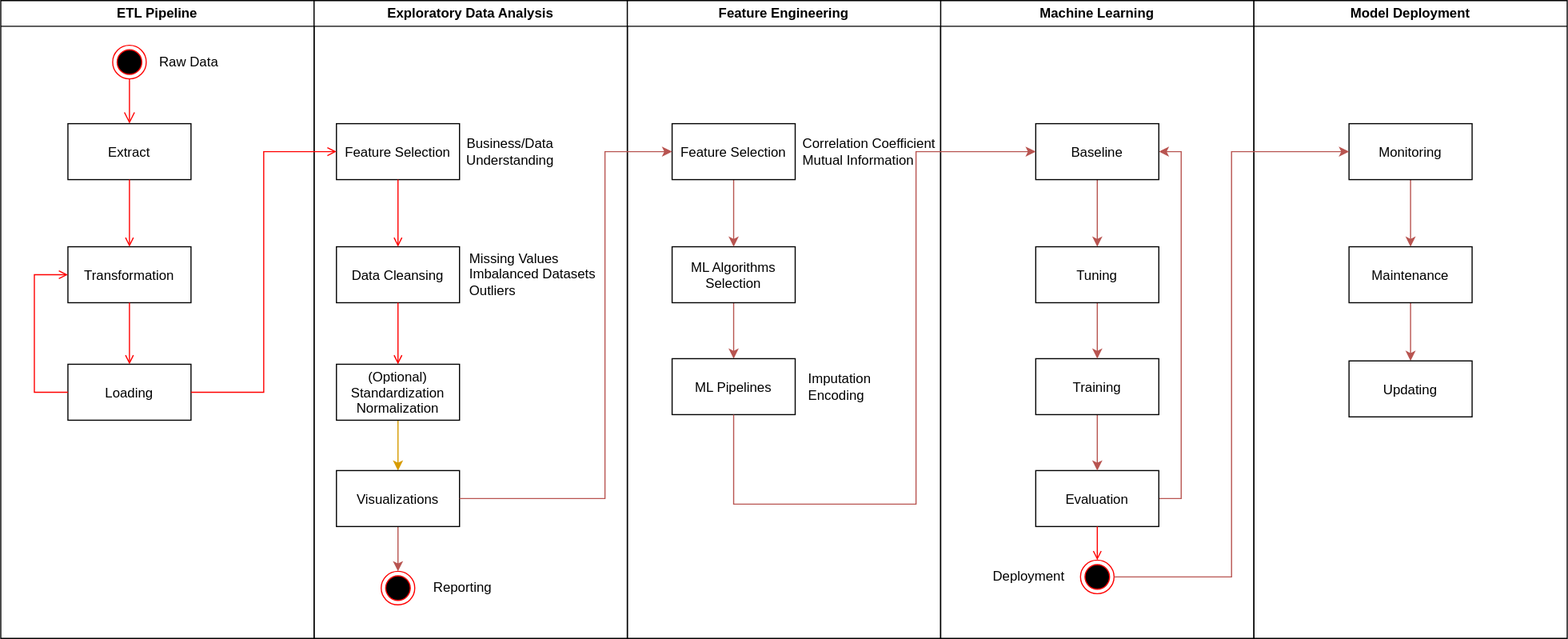
ZacksAmber/Flowcharts keeps this draw.io diagram as general_machine_learning.svg. Above is the earlier version. Source tidied: cells renumbered, new cells last; positions are measured from the earlier drawing's top-left corner, leaving out a move shared by most shapes.
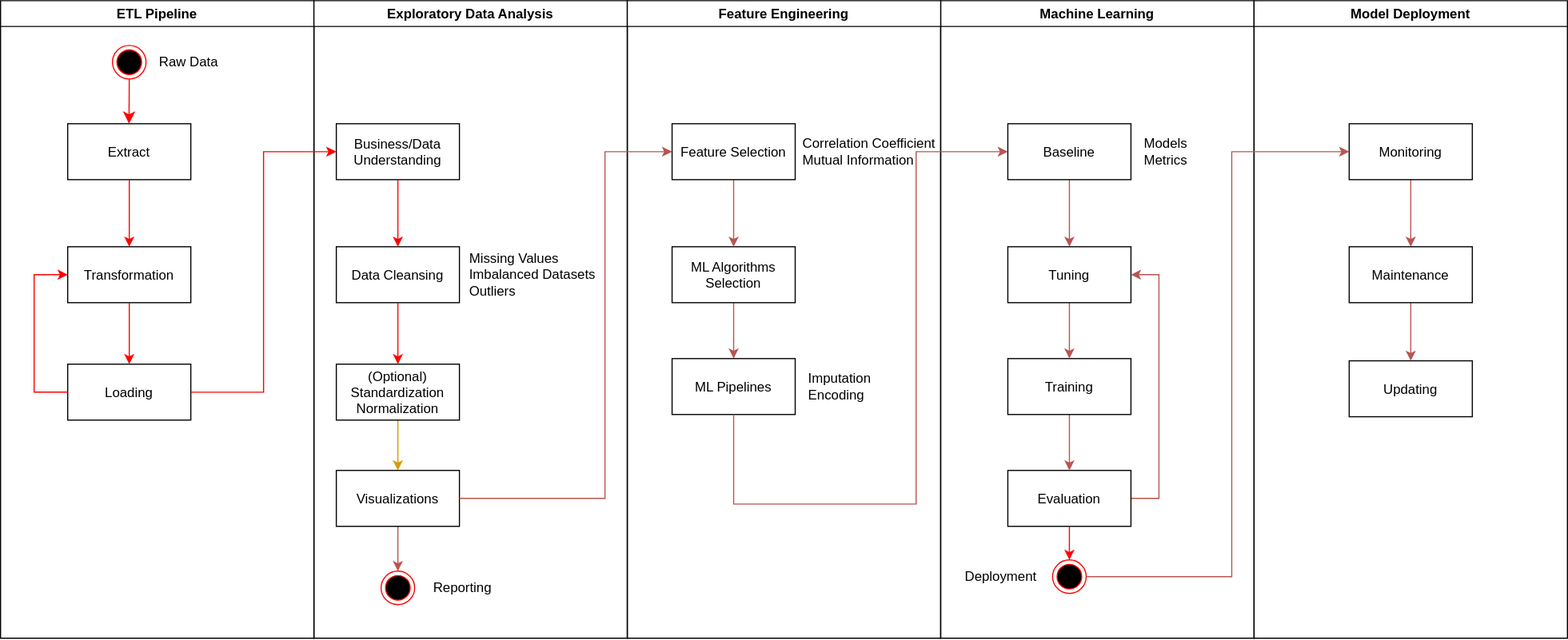
The same diagram one commit later.

What changed in the source:
```diff
@@ -5,7 +5,7 @@
     <mxCell id="2" value="ETL Pipeline" style="swimlane;whiteSpace=wrap;" parent="1" vertex="1">
       <mxGeometry width="280" height="570" as="geometry" />
     </mxCell>
-    <mxCell id="3" style="edgeStyle=elbowEdgeStyle;elbow=horizontal;verticalAlign=bottom;endArrow=open;endSize=8;strokeColor=#FF0000;endFill=1;rounded=0;" parent="2" edge="1" target="4">
+    <mxCell id="3" style="edgeStyle=elbowEdgeStyle;elbow=horizontal;verticalAlign=bottom;endArrow=classic;endSize=8;strokeColor=#FF0000;endFill=1;rounded=0;" parent="2" edge="1" target="4">
       <mxGeometry x="100" y="40" as="geometry">
         <mxPoint x="115" y="70" as="sourcePoint" />
       </mxGeometry>
@@ -16,16 +16,16 @@
     <mxCell id="5" value="Transformation" parent="2" vertex="1">
       <mxGeometry x="60" y="220" width="110" height="50" as="geometry" />
     </mxCell>
-    <mxCell id="6" style="endArrow=open;strokeColor=#FF0000;endFill=1;rounded=0;edgeStyle=orthogonalEdgeStyle;" parent="2" edge="1" source="4" target="5">
+    <mxCell id="6" style="endArrow=classic;strokeColor=#FF0000;endFill=1;rounded=0;edgeStyle=orthogonalEdgeStyle;" parent="2" edge="1" source="4" target="5">
       <mxGeometry relative="1" as="geometry" />
     </mxCell>
     <mxCell id="7" value="Loading" parent="2" vertex="1">
       <mxGeometry x="60" y="325" width="110" height="50" as="geometry" />
     </mxCell>
-    <mxCell id="8" style="endArrow=open;strokeColor=#FF0000;endFill=1;rounded=0;edgeStyle=orthogonalEdgeStyle;" parent="2" edge="1" source="5" target="7">
+    <mxCell id="8" style="endArrow=classic;strokeColor=#FF0000;endFill=1;rounded=0;edgeStyle=orthogonalEdgeStyle;" parent="2" edge="1" source="5" target="7">
       <mxGeometry relative="1" as="geometry" />
     </mxCell>
-    <mxCell id="9" style="edgeStyle=elbowEdgeStyle;elbow=horizontal;strokeColor=#FF0000;endArrow=open;endFill=1;rounded=0;entryX=0;entryY=0.5;entryDx=0;entryDy=0;" parent="2" edge="1" source="7" target="5">
+    <mxCell id="9" style="edgeStyle=elbowEdgeStyle;elbow=horizontal;strokeColor=#FF0000;endArrow=classic;endFill=1;rounded=0;entryX=0;entryY=0.5;entryDx=0;entryDy=0;" parent="2" edge="1" source="7" target="5">
       <mxGeometry relative="1" as="geometry">
         <Array as="points">
           <mxPoint x="30" y="250" />
@@ -41,13 +41,13 @@
     <mxCell id="12" value="Exploratory Data Analysis" style="swimlane;whiteSpace=wrap;" parent="1" vertex="1">
       <mxGeometry x="280" width="280" height="570" as="geometry" />
     </mxCell>
-    <mxCell id="13" value="Feature Selection" parent="12" vertex="1">
+    <mxCell id="13" value="Business/Data&#10;Understanding" parent="12" vertex="1">
       <mxGeometry x="20" y="110" width="110" height="50" as="geometry" />
     </mxCell>
     <mxCell id="14" value="Data Cleansing" parent="12" vertex="1">
       <mxGeometry x="20" y="220" width="110" height="50" as="geometry" />
     </mxCell>
-    <mxCell id="15" style="endArrow=open;strokeColor=#FF0000;endFill=1;rounded=0;edgeStyle=orthogonalEdgeStyle;" parent="12" edge="1" source="13" target="14">
+    <mxCell id="15" style="endArrow=classic;strokeColor=#FF0000;endFill=1;rounded=0;edgeStyle=orthogonalEdgeStyle;" parent="12" edge="1" source="13" target="14">
       <mxGeometry relative="1" as="geometry" />
     </mxCell>
     <mxCell id="16" style="edgeStyle=orthogonalEdgeStyle;rounded=0;jettySize=auto;html=1;fillColor=#ffe6cc;strokeColor=#d79b00;" parent="12" edge="1" source="17" target="22">
@@ -56,12 +56,9 @@
     <mxCell id="17" value="(Optional)&#10;Standardization&#10;Normalization" parent="12" vertex="1">
       <mxGeometry x="20" y="325" width="110" height="50" as="geometry" />
     </mxCell>
-    <mxCell id="18" style="endArrow=open;strokeColor=#FF0000;endFill=1;rounded=0;edgeStyle=orthogonalEdgeStyle;" parent="12" edge="1" source="14" target="17">
+    <mxCell id="18" style="endArrow=classic;strokeColor=#FF0000;endFill=1;rounded=0;edgeStyle=orthogonalEdgeStyle;" parent="12" edge="1" source="14" target="17">
       <mxGeometry relative="1" as="geometry" />
     </mxCell>
-    <mxCell id="19" value="Business/Data&lt;br&gt;Understanding" style="text;html=1;align=center;verticalAlign=middle;fillColor=none;strokeColor=none;rounded=0;" parent="12" vertex="1">
-      <mxGeometry x="130" y="120" width="90" height="30" as="geometry" />
-    </mxCell>
     <mxCell id="20" value="&lt;div style=&quot;text-align: left&quot;&gt;&lt;span&gt;Missing Values&lt;/span&gt;&lt;/div&gt;&lt;div style=&quot;text-align: left&quot;&gt;&lt;span&gt;Imbalanced Datasets&lt;/span&gt;&lt;/div&gt;&lt;div style=&quot;text-align: left&quot;&gt;&lt;span&gt;Outliers&lt;/span&gt;&lt;/div&gt;" style="text;html=1;align=center;verticalAlign=middle;fillColor=none;strokeColor=none;rounded=0;" parent="12" vertex="1">
       <mxGeometry x="130" y="220" width="130" height="50" as="geometry" />
     </mxCell>
@@ -82,45 +79,48 @@
     <mxCell id="25" value="Machine Learning" style="swimlane;whiteSpace=wrap;" parent="1" vertex="1">
       <mxGeometry x="840" width="280" height="570" as="geometry" />
     </mxCell>
-    <mxCell id="26" style="edgeStyle=orthogonalEdgeStyle;rounded=0;jettySize=auto;html=1;entryX=1;entryY=0.5;entryDx=0;entryDy=0;exitX=1;exitY=0.5;exitDx=0;exitDy=0;fillColor=#f8cecc;strokeColor=#b85450;" parent="25" edge="1" source="27" target="31">
+    <mxCell id="26" style="edgeStyle=orthogonalEdgeStyle;rounded=0;jettySize=auto;html=1;entryX=1;entryY=0.5;entryDx=0;entryDy=0;exitX=1;exitY=0.5;exitDx=0;exitDy=0;fillColor=#f8cecc;strokeColor=#b85450;" parent="25" edge="1" source="27" target="35">
       <mxGeometry relative="1" as="geometry">
         <Array as="points">
-          <mxPoint x="215" y="445" />
-          <mxPoint x="215" y="135" />
+          <mxPoint x="195" y="445" />
+          <mxPoint x="195" y="245" />
         </Array>
       </mxGeometry>
     </mxCell>
     <mxCell id="27" value="Evaluation" parent="25" vertex="1">
-      <mxGeometry x="85" y="420" width="110" height="50" as="geometry" />
+      <mxGeometry x="60" y="420" width="110" height="50" as="geometry" />
     </mxCell>
     <mxCell id="28" style="ellipse;shape=endState;fillColor=#000000;strokeColor=#ff0000;" parent="25" vertex="1">
-      <mxGeometry x="125" y="500" width="30" height="30" as="geometry" />
+      <mxGeometry x="100" y="500" width="30" height="30" as="geometry" />
     </mxCell>
-    <mxCell id="29" style="endArrow=open;strokeColor=#FF0000;endFill=1;rounded=0;edgeStyle=orthogonalEdgeStyle;" parent="25" edge="1" source="27" target="28">
+    <mxCell id="29" style="endArrow=classic;strokeColor=#FF0000;endFill=1;rounded=0;edgeStyle=orthogonalEdgeStyle;" parent="25" edge="1" source="27" target="28">
       <mxGeometry relative="1" as="geometry" />
     </mxCell>
     <mxCell id="30" style="edgeStyle=orthogonalEdgeStyle;rounded=0;jettySize=auto;html=1;fillColor=#f8cecc;strokeColor=#b85450;" parent="25" edge="1" source="31" target="35">
       <mxGeometry relative="1" as="geometry" />
     </mxCell>
     <mxCell id="31" value="Baseline" parent="25" vertex="1">
-      <mxGeometry x="85" y="110" width="110" height="50" as="geometry" />
+      <mxGeometry x="60" y="110" width="110" height="50" as="geometry" />
     </mxCell>
     <mxCell id="32" style="edgeStyle=orthogonalEdgeStyle;rounded=0;jettySize=auto;html=1;fillColor=#f8cecc;strokeColor=#b85450;" parent="25" edge="1" source="33" target="27">
       <mxGeometry relative="1" as="geometry" />
     </mxCell>
     <mxCell id="33" value="Training" parent="25" vertex="1">
-      <mxGeometry x="85" y="320" width="110" height="50" as="geometry" />
+      <mxGeometry x="60" y="320" width="110" height="50" as="geometry" />
     </mxCell>
     <mxCell id="34" style="edgeStyle=orthogonalEdgeStyle;rounded=0;jettySize=auto;html=1;fillColor=#f8cecc;strokeColor=#b85450;" parent="25" edge="1" source="35" target="33">
       <mxGeometry relative="1" as="geometry" />
     </mxCell>
     <mxCell id="35" value="Tuning" parent="25" vertex="1">
-      <mxGeometry x="85" y="220" width="110" height="50" as="geometry" />
+      <mxGeometry x="60" y="220" width="110" height="50" as="geometry" />
     </mxCell>
     <mxCell id="36" value="&lt;div&gt;Deployment&lt;/div&gt;" style="text;html=1;align=left;verticalAlign=middle;fillColor=none;strokeColor=none;rounded=0;" parent="25" vertex="1">
-      <mxGeometry x="45" y="505" width="80" height="20" as="geometry" />
+      <mxGeometry x="20" y="505" width="80" height="20" as="geometry" />
     </mxCell>
+    <mxCell id="55" value="Models&lt;br&gt;Metrics" style="text;html=1;align=left;verticalAlign=middle;fillColor=none;strokeColor=none;rounded=0;" parent="25" vertex="1">
+      <mxGeometry x="180" y="115" width="60" height="40" as="geometry" />
+    </mxCell>
-    <mxCell id="37" style="endArrow=open;strokeColor=#FF0000;endFill=1;rounded=0;edgeStyle=orthogonalEdgeStyle;entryX=0;entryY=0.5;entryDx=0;entryDy=0;" parent="1" edge="1" source="7" target="13">
+    <mxCell id="37" style="endArrow=classic;strokeColor=#FF0000;endFill=1;rounded=0;edgeStyle=orthogonalEdgeStyle;entryX=0;entryY=0.5;entryDx=0;entryDy=0;" parent="1" edge="1" source="7" target="13">
       <mxGeometry relative="1" as="geometry" />
     </mxCell>
     <mxCell id="38" value="Feature Engineering" style="swimlane;whiteSpace=wrap;" parent="1" vertex="1">
@@ -174,7 +174,12 @@
       <mxGeometry x="85" y="322" width="110" height="50" as="geometry" />
     </mxCell>
     <mxCell id="53" style="edgeStyle=orthogonalEdgeStyle;rounded=0;jettySize=auto;html=1;entryX=0;entryY=0.5;entryDx=0;entryDy=0;fillColor=#f8cecc;strokeColor=#b85450;" parent="1" edge="1" source="28" target="49">
-      <mxGeometry relative="1" as="geometry" />
+      <mxGeometry relative="1" as="geometry">
+        <Array as="points">
+          <mxPoint x="1100" y="515" />
+          <mxPoint x="1100" y="135" />
+        </Array>
+      </mxGeometry>
     </mxCell>
     <mxCell id="54" style="edgeStyle=orthogonalEdgeStyle;rounded=0;jettySize=auto;html=1;entryX=0;entryY=0.5;entryDx=0;entryDy=0;fillColor=#f8cecc;strokeColor=#b85450;" parent="1" edge="1" source="41" target="31">
       <mxGeometry relative="1" as="geometry">
```
